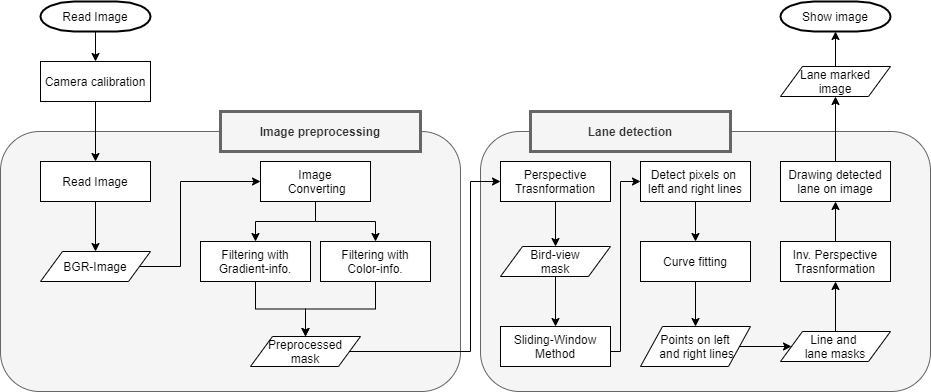
This is Flow_Charts/Structure.png from Duseob-Song/Computer-Visoin, a draw.io export, as it was before one commit. Source tidied: cells renumbered, new cells last; positions are measured from the earlier drawing's top-left corner, leaving out a move shared by most shapes.
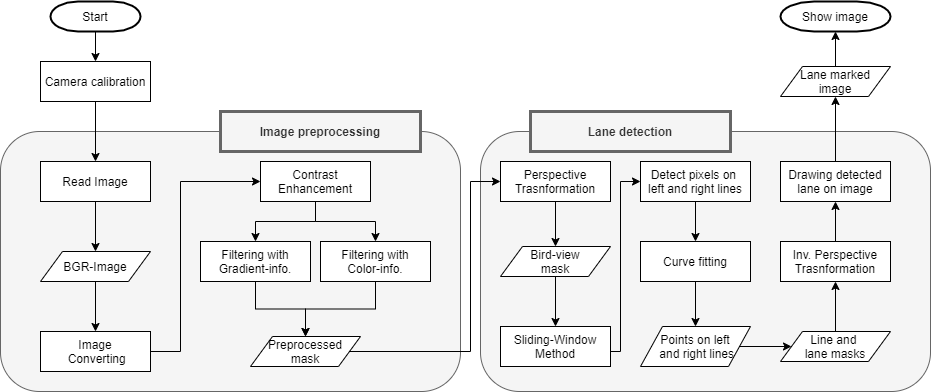
Above is the later version.

The edit, as a diff of the source:
```diff
@@ -11,17 +11,20 @@
     <mxCell id="4" style="edgeStyle=orthogonalEdgeStyle;rounded=0;jettySize=auto;html=1;entryX=0.5;entryY=0;entryDx=0;entryDy=0;fontFamily=Verdana;" parent="1" edge="1" source="5" target="41">
       <mxGeometry relative="1" as="geometry" />
     </mxCell>
-    <mxCell id="5" value="Read Image" style="strokeWidth=2;html=1;shape=mxgraph.flowchart.terminator;whiteSpace=wrap;" parent="1" vertex="1">
-      <mxGeometry x="40" width="110" height="30" as="geometry" />
+    <mxCell id="5" value="Start" style="strokeWidth=2;html=1;shape=mxgraph.flowchart.terminator;whiteSpace=wrap;" parent="1" vertex="1">
+      <mxGeometry x="50" width="90" height="30" as="geometry" />
     </mxCell>
-    <mxCell id="6" style="edgeStyle=orthogonalEdgeStyle;rounded=0;jettySize=auto;html=1;entryX=0;entryY=0.5;entryDx=0;entryDy=0;" parent="1" edge="1" source="7" target="10">
+    <mxCell id="6" style="edgeStyle=orthogonalEdgeStyle;rounded=0;jettySize=auto;html=1;entryX=0;entryY=0.5;entryDx=0;entryDy=0;exitX=1;exitY=0.5;exitDx=0;exitDy=0;" parent="1" edge="1" source="45" target="10">
       <mxGeometry relative="1" as="geometry">
         <Array as="points">
-          <mxPoint x="180" y="265" />
+          <mxPoint x="180" y="350" />
           <mxPoint x="180" y="180" />
         </Array>
       </mxGeometry>
     </mxCell>
+    <mxCell id="44" style="edgeStyle=orthogonalEdgeStyle;rounded=0;jettySize=auto;html=1;" parent="1" edge="1" source="7" target="45">
+      <mxGeometry relative="1" as="geometry" />
+    </mxCell>
     <mxCell id="7" value="BGR-Image" style="shape=parallelogram;perimeter=parallelogramPerimeter;whiteSpace=wrap;html=1;" parent="1" vertex="1">
       <mxGeometry x="40" y="250" width="110" height="30" as="geometry" />
     </mxCell>
@@ -31,7 +34,7 @@
     <mxCell id="9" style="edgeStyle=orthogonalEdgeStyle;rounded=0;jettySize=auto;html=1;" parent="1" edge="1" source="10" target="16">
       <mxGeometry relative="1" as="geometry" />
     </mxCell>
-    <mxCell id="10" value="Image&lt;br&gt;&amp;nbsp;Converting&lt;br&gt;" style="rounded=0;whiteSpace=wrap;html=1;" parent="1" vertex="1">
+    <mxCell id="10" value="Contrast Enhancement" style="rounded=0;whiteSpace=wrap;html=1;" parent="1" vertex="1">
       <mxGeometry x="260" y="160" width="110" height="40" as="geometry" />
     </mxCell>
     <mxCell id="11" style="edgeStyle=orthogonalEdgeStyle;rounded=0;jettySize=auto;html=1;entryX=0;entryY=0.5;entryDx=0;entryDy=0;" parent="1" edge="1" source="12" target="20">
@@ -143,5 +146,8 @@
     <mxCell id="43" value="Lane detection" style="rounded=0;whiteSpace=wrap;html=1;fillColor=#f5f5f5;strokeColor=#666666;fontColor=#333333;strokeWidth=3;fontStyle=1;" parent="1" vertex="1">
       <mxGeometry x="530" y="110" width="200" height="40" as="geometry" />
     </mxCell>
+    <mxCell id="45" value="Image&lt;br&gt;&amp;nbsp;Converting&lt;br&gt;" style="rounded=0;whiteSpace=wrap;html=1;" parent="1" vertex="1">
+      <mxGeometry x="40" y="330" width="110" height="40" as="geometry" />
+    </mxCell>
   </root>
 </mxGraphModel>
```
